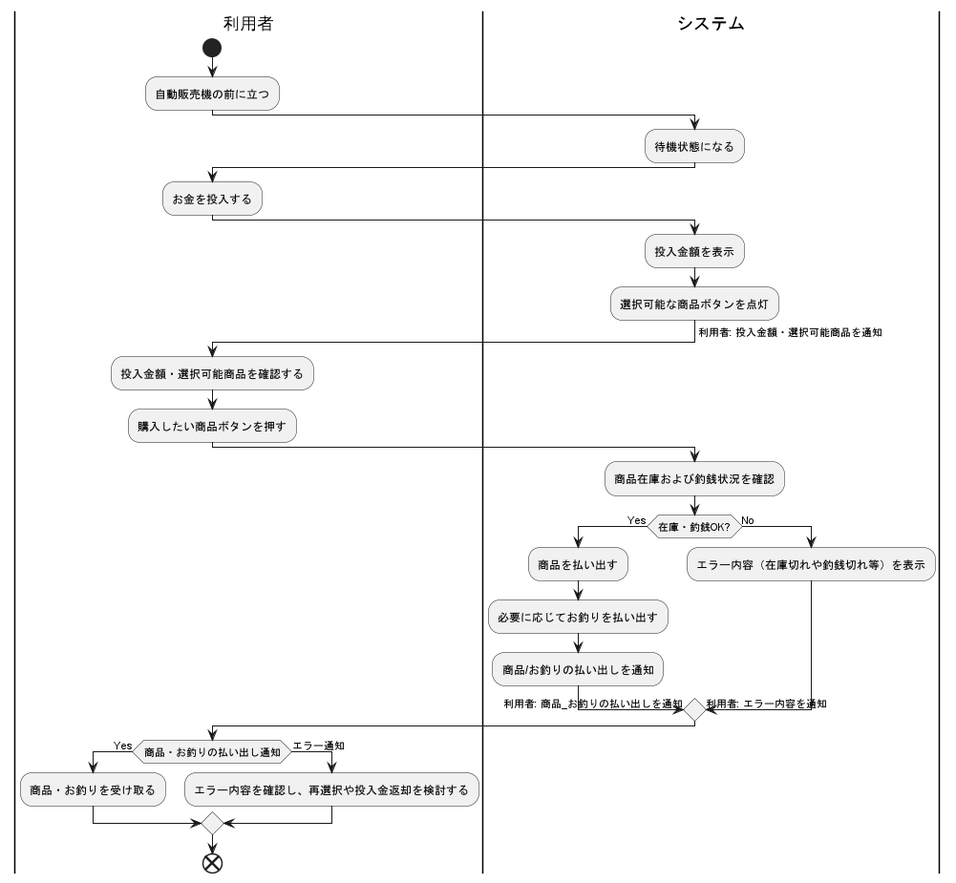
Before: アクティビティ図_ユースケース/商品を選択し購入する.png, a diagram exported from PlantUML (masaki-kato-119/VendingMachine).
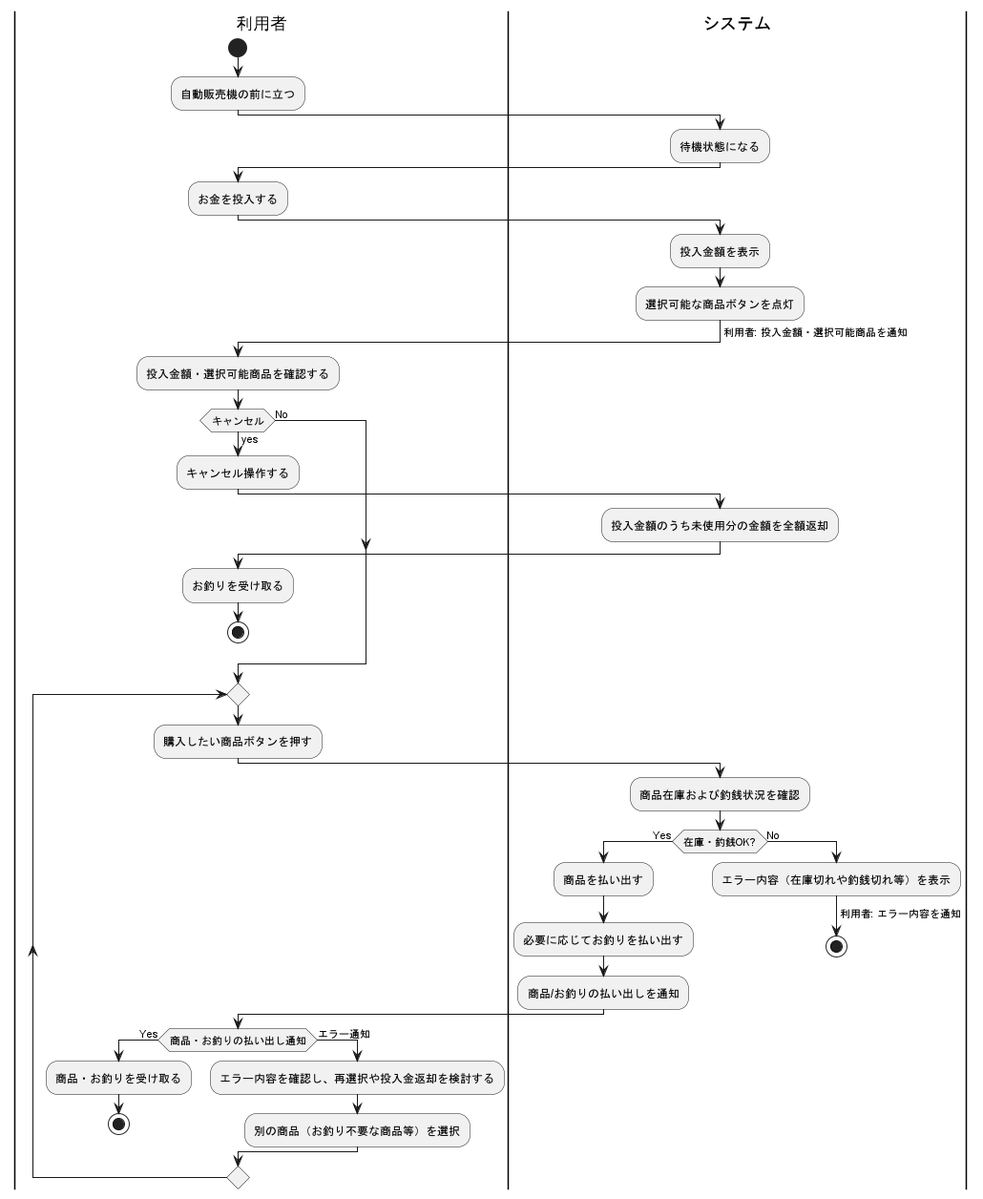
Later version of the same file.

The edit, as a diff of the source:
```diff
@@ -16,6 +16,17 @@
 
 |利用者|
   :投入金額・選択可能商品を確認する;
+  if (キャンセル) then (yes)
+    :キャンセル操作する;
+    |システム|
+    :投入金額のうち未使用分の金額を全額返却;
+    |利用者|
+    :お釣りを受け取る;
+    stop
+  else (No)
+  endif
+
+  repeat
   :購入したい商品ボタンを押す;
 
 |システム|
@@ -28,14 +39,18 @@
   else (No)
     :エラー内容（在庫切れや釣銭切れ等）を表示;
     ->利用者: エラー内容を通知;
+    stop
   endif
 
 |利用者|
   if (商品・お釣りの払い出し通知) then (Yes)
     :商品・お釣りを受け取る;
+    stop
   else (エラー通知)
     :エラー内容を確認し、再選択や投入金返却を検討する;
+    :別の商品（お釣り不要な商品等）を選択;
   endif
-  end
+
+repeat while ()
 
 @enduml
```
